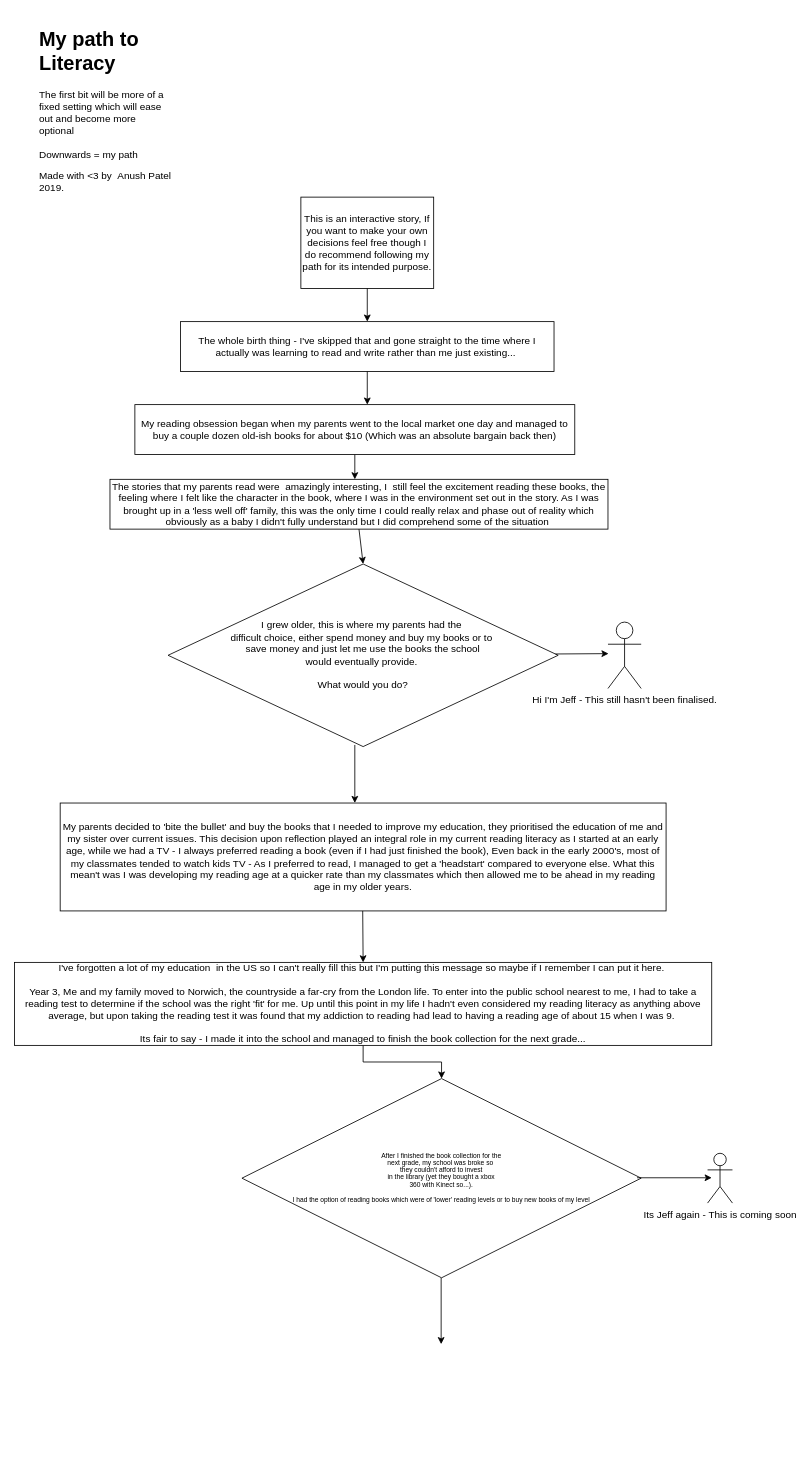
The draw.io diagram Untitled Diagram.drawio in AnushPatel/ENG122Flowchart, before the edit. Source tidied: cells renumbered, new cells numbered last; positions are measured from the earlier drawing's top-left corner, leaving out a move shared by most shapes. Both pictures are drawn from the tidied source at 83%, with x=0, y=0 at pixel (14, 22).
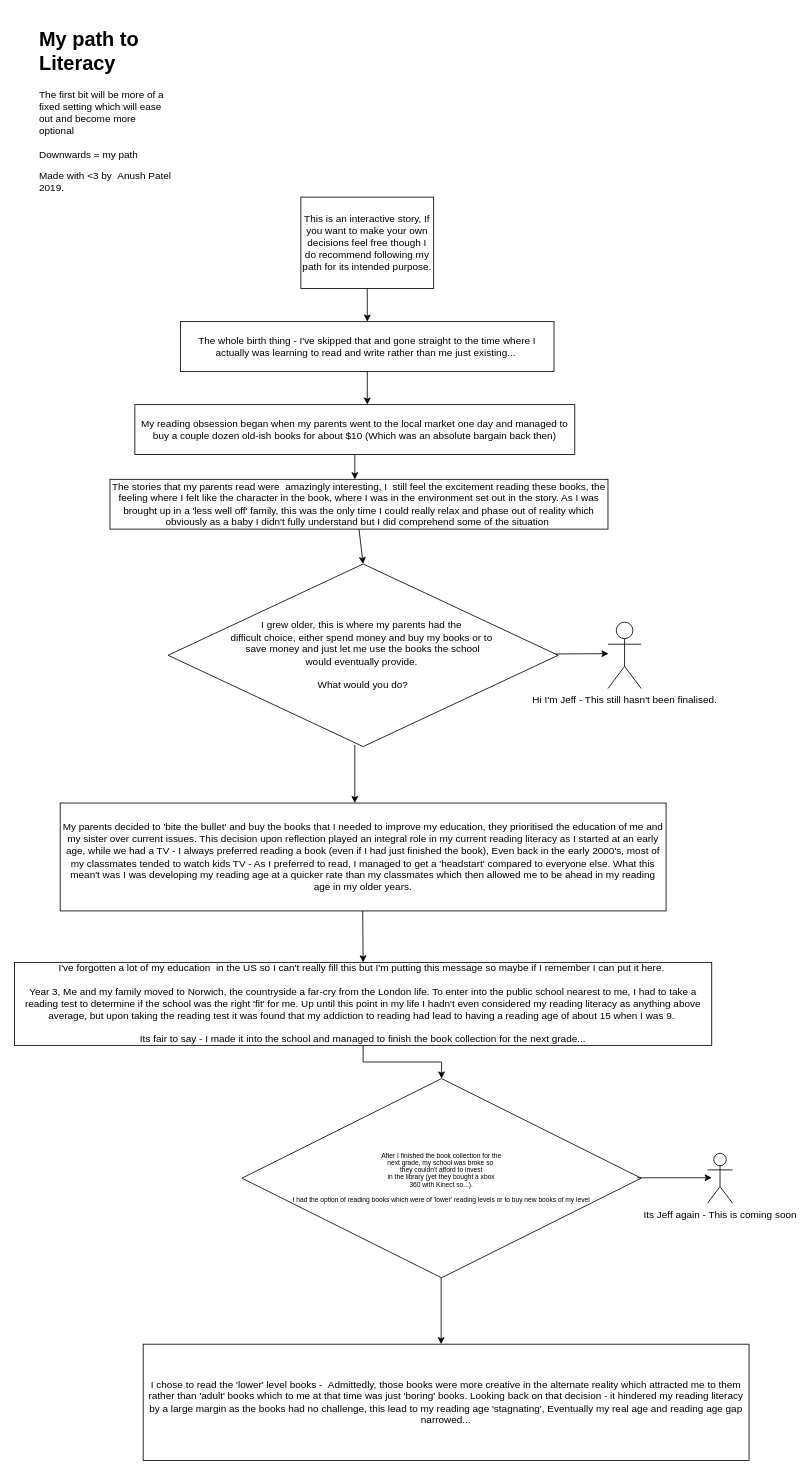
The same page after the edit.

What changed in the source:
```diff
@@
+    <mxCell id="23" value="I chose to read the 'lower' level books - &amp;nbsp;Admittedly, those books were more creative in the alternate reality which attracted me to them rather than 'adult' books which to me at that time was just 'boring' books. Looking back on that decision - it hindered my reading literacy by a large margin as the books had no challenge, this lead to my reading age 'stagnating', Eventually my real age and reading age gap narrowed..." style="rounded=0;whiteSpace=wrap;html=1;" parent="1" vertex="1">
+      <mxGeometry x="155" y="1592" width="730" height="140" as="geometry" />
+    </mxCell>
```
